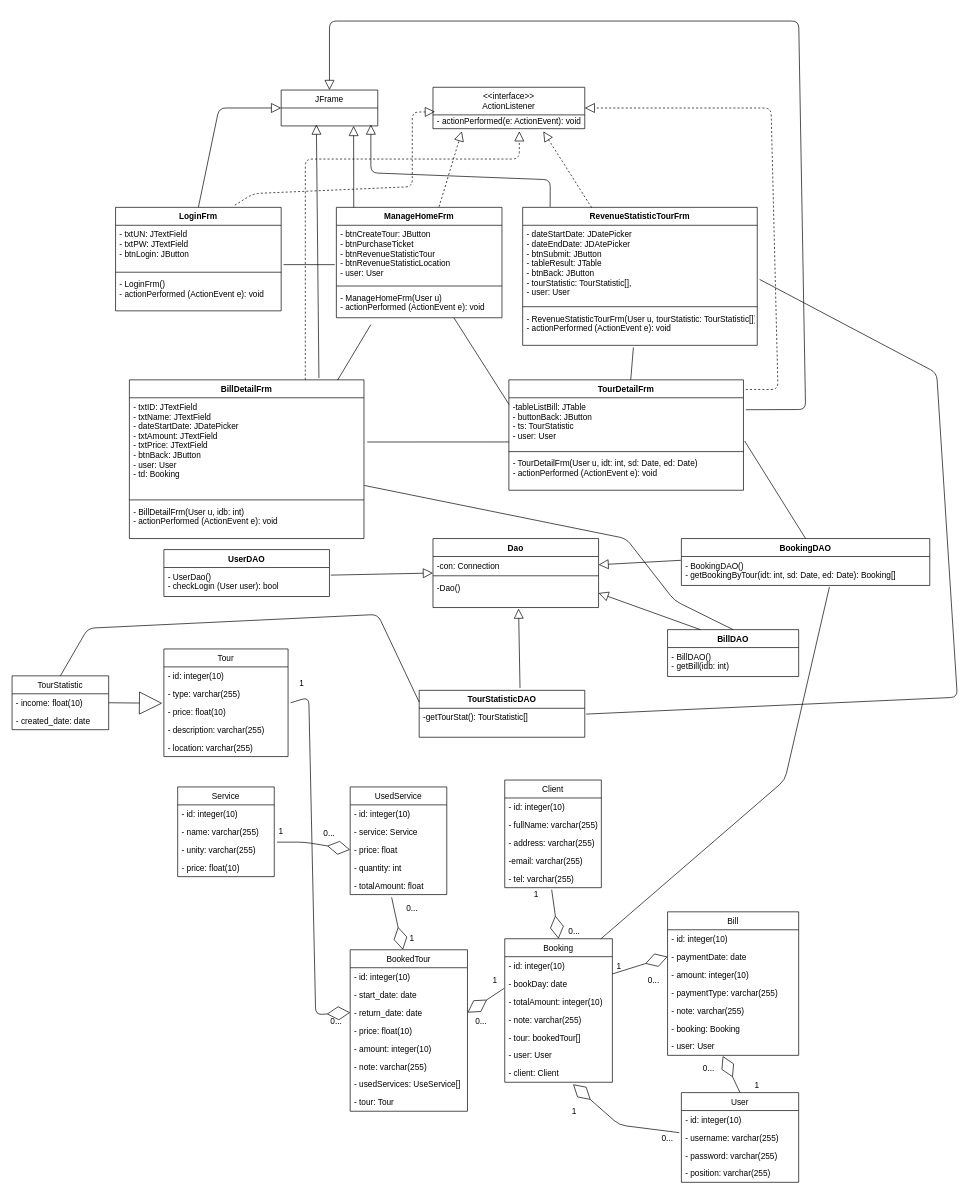
Earlier version of the draw.io diagram design_class_entity.drawio (thanhlongtld/classical_software_engineering). Source tidied: cells renumbered, new cells numbered last; positions are measured from the earlier drawing's top-left corner, leaving out a move shared by most shapes. Both pictures are drawn from the tidied source at 69%, with x=0, y=0 at pixel (12, 21).
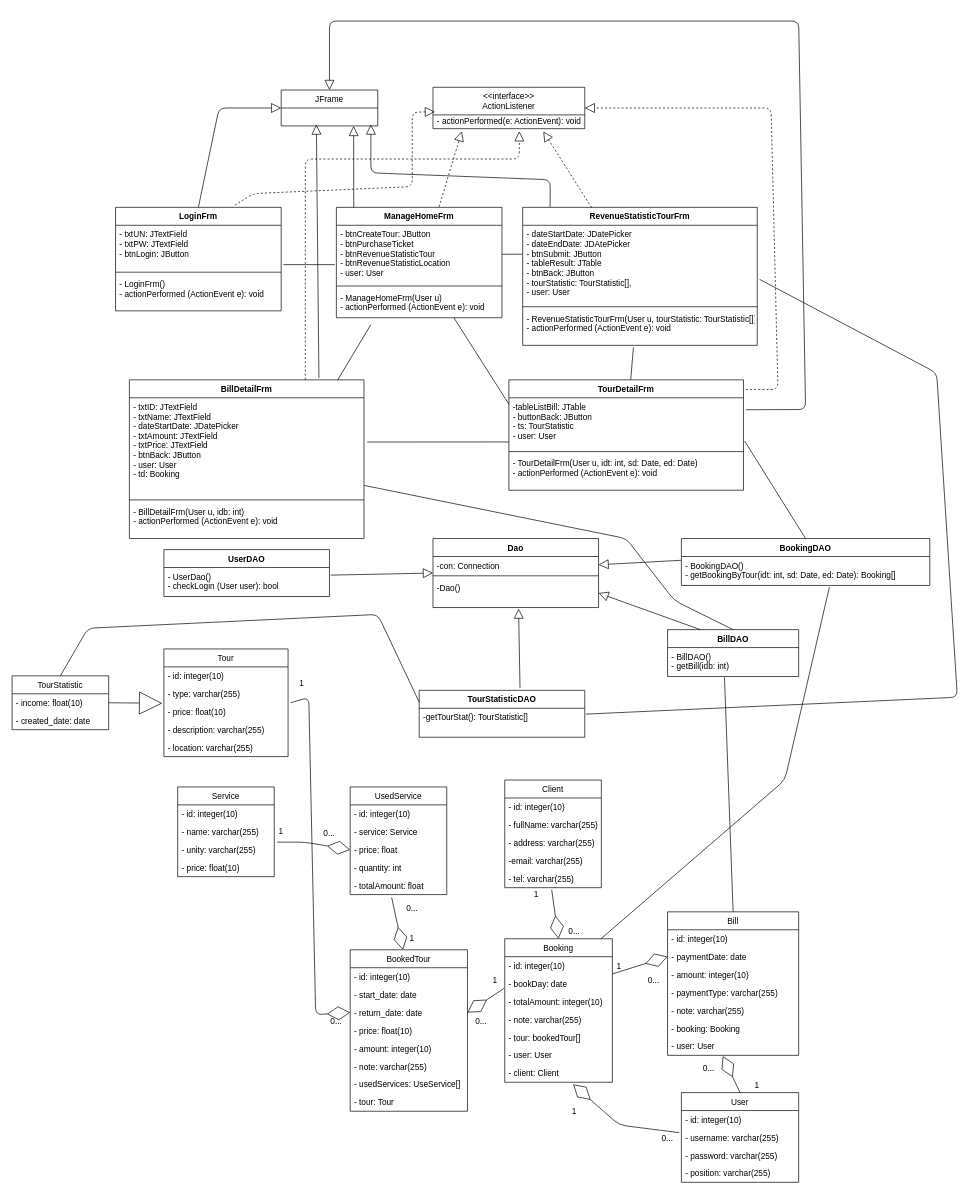
Above is the later version.

Unchanged cells that the change refers to:
```xml
<mxCell id="10" value="- btnCreateTour: JButton&#10;- btnPurchaseTicket&#10;- btnRevenueStatisticTour&#10;- btnRevenueStatisticLocation&#10;- user: User" style="text;strokeColor=none;fillColor=none;align=left;verticalAlign=top;spacingLeft=4;spacingRight=4;overflow=hidden;points=[[0,0.5],[1,0.5]];portConstraint=eastwest;" parent="9" vertex="1">
  <mxGeometry y="26" width="240" height="84" as="geometry" />
</mxCell>
<mxCell id="14" value="- dateStartDate: JDatePicker&#10;- dateEndDate: JDAtePicker&#10;- btnSubmit: JButton&#10;- tableResult: JTable&#10;- btnBack: JButton&#10;- tourStatistic: TourStatistic[],&#10;- user: User" style="text;strokeColor=none;fillColor=none;align=left;verticalAlign=top;spacingLeft=4;spacingRight=4;overflow=hidden;points=[[0,0.5],[1,0.5]];portConstraint=eastwest;" parent="13" vertex="1">
  <mxGeometry y="26" width="340" height="114" as="geometry" />
</mxCell>
<mxCell id="55" value="Bill" style="swimlane;fontStyle=0;horizontal=1;startSize=26;fillColor=none;" parent="1" vertex="1">
  <mxGeometry x="950" y="1291" width="190" height="208" as="geometry" />
</mxCell>
<mxCell id="120" value="- BillDAO()&#10;- getBill(idb: int)" style="text;strokeColor=none;fillColor=none;align=left;verticalAlign=top;spacingLeft=4;spacingRight=4;overflow=hidden;points=[[0,0.5],[1,0.5]];portConstraint=eastwest;" parent="119" vertex="1">
  <mxGeometry y="26" width="190" height="42" as="geometry" />
</mxCell>
```

Diff of the diagram source:
```diff
@@
+    <mxCell id="142" style="endArrow=none;html=1;entryX=0.434;entryY=1.028;entryDx=0;entryDy=0;entryPerimeter=0;exitX=0.5;exitY=0;exitDx=0;exitDy=0;" parent="1" edge="1" source="55" target="120">
+      <mxGeometry relative="1" as="geometry" />
+    </mxCell>
+    <mxCell id="143" style="edgeStyle=orthogonalEdgeStyle;rounded=0;jettySize=auto;html=1;exitX=1;exitY=0.5;exitDx=0;exitDy=0;entryX=0;entryY=0.368;entryDx=0;entryDy=0;entryPerimeter=0;endArrow=none;endFill=0;" parent="1" edge="1" source="10" target="14">
+      <mxGeometry relative="1" as="geometry" />
+    </mxCell>
```
